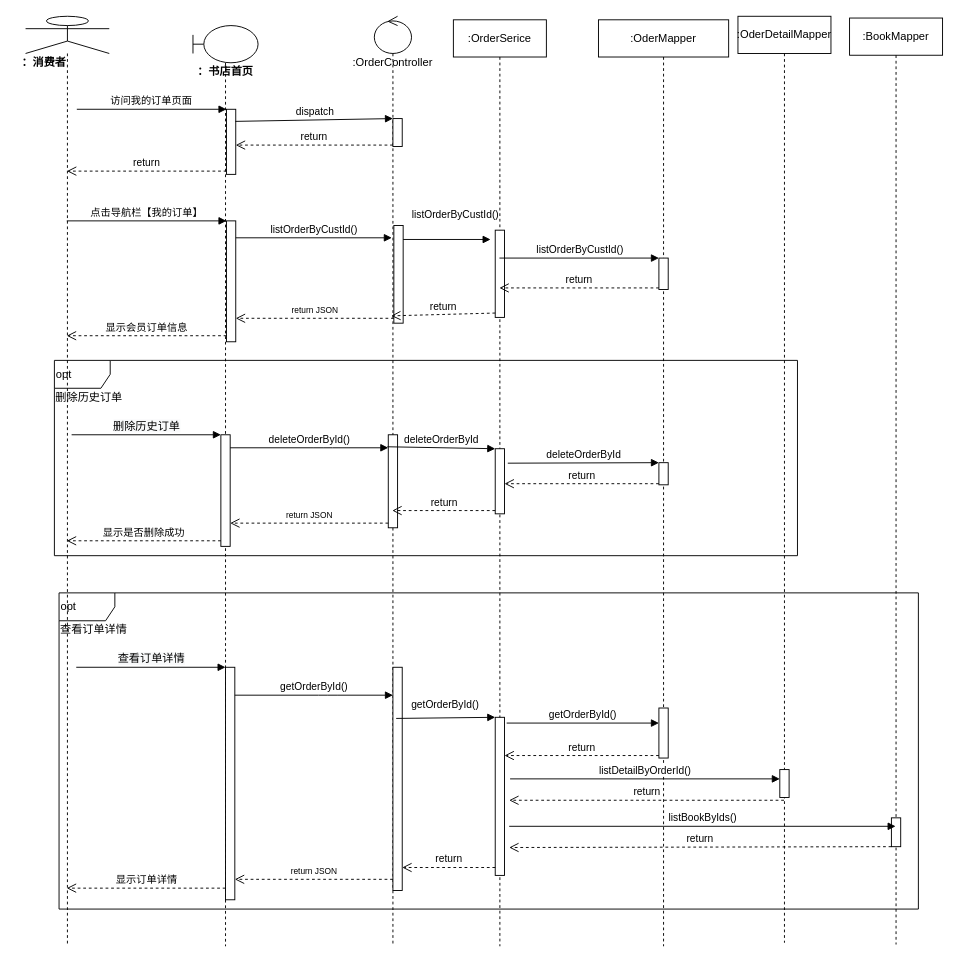
MinDaHu/UML keeps this draw.io diagram as page "第 2 页" (2 of 3) of 毕业设计-功能设计-会员登录注册、登录、退出、订单、购物车功能设计.drawio. Above is the earlier version. Source tidied: cells renumbered, new cells numbered last; positions are measured from the earlier drawing's top-left corner, leaving out a move shared by most shapes. Both pictures are drawn from the tidied source at 93%, with x=0, y=0 at pixel (16, 16).
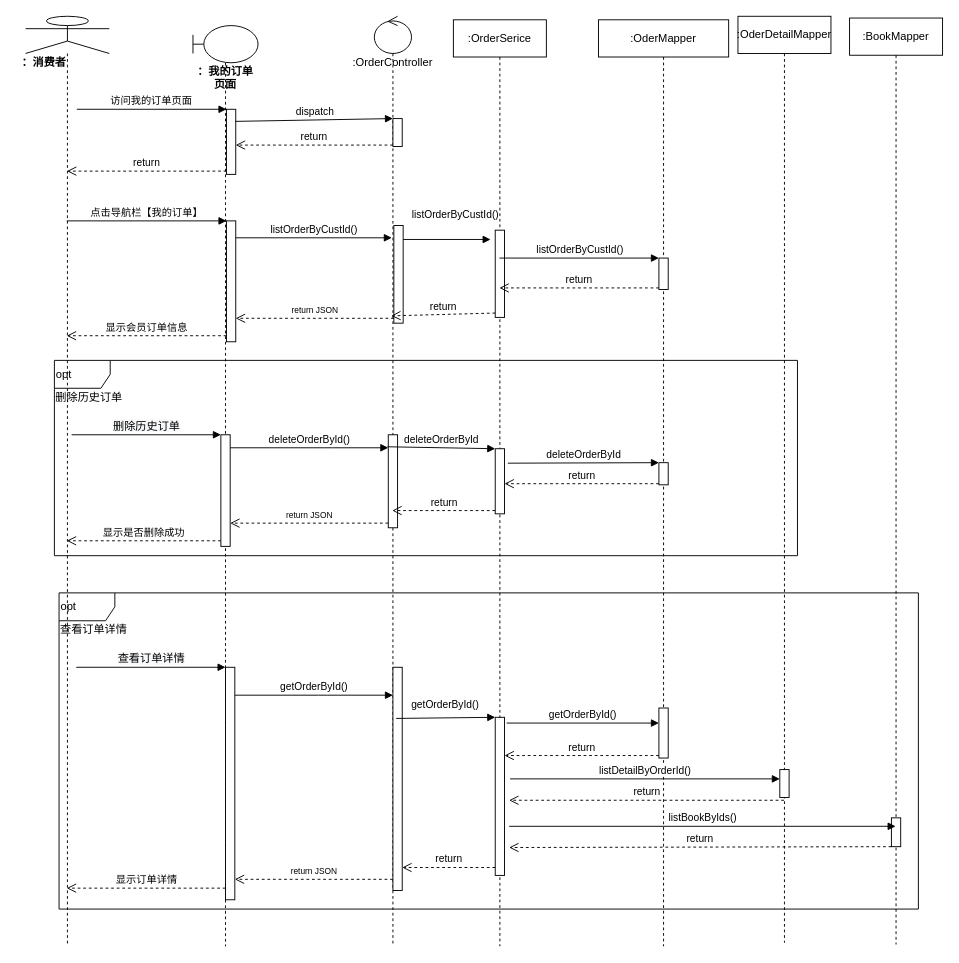
Above is the later version.

What changed in the source:
```diff
@@
-    <mxCell id="16" value="&lt;span&gt;：书店首页&lt;/span&gt;" style="shape=umlLifeline;participant=umlBoundary;perimeter=lifelinePerimeter;whiteSpace=wrap;html=1;verticalAlign=top;spacingTop=36;fontStyle=1;" parent="1" vertex="1">
+    <mxCell id="16" value="&lt;span&gt;：我的订单页面&lt;/span&gt;" style="shape=umlLifeline;participant=umlBoundary;perimeter=lifelinePerimeter;whiteSpace=wrap;html=1;verticalAlign=top;spacingTop=36;fontStyle=1;" parent="1" vertex="1">
       <mxGeometry x="190" y="10" width="70" height="990" as="geometry" />
     </mxCell>
```
